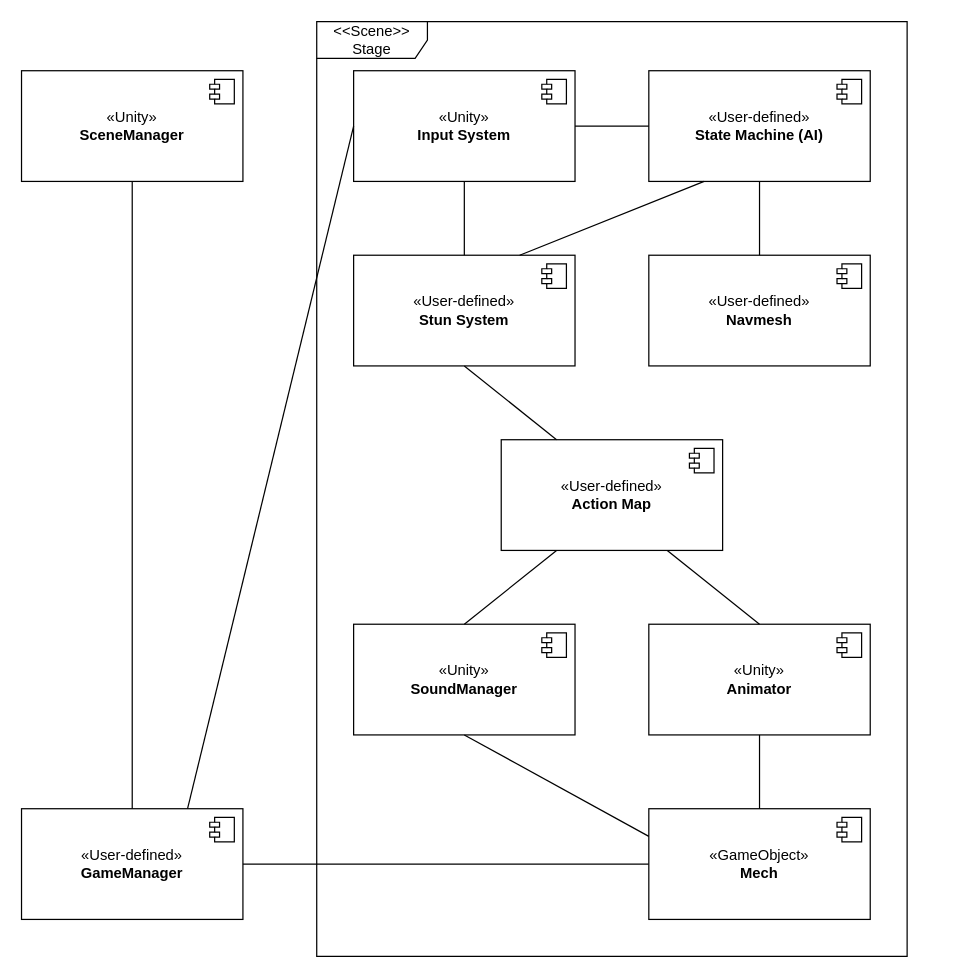
Earlier version of the draw.io diagram page "Component Diagram" (11 of 11) of Diagrams/Mechanics Overview.drawio (NotTom31/MechroKnights). Source tidied: cells renumbered, new cells numbered last; positions are measured from the earlier drawing's top-left corner, leaving out a move shared by most shapes. Both pictures are drawn from the tidied source at 123%, with x=0, y=0 at pixel (21, 21).
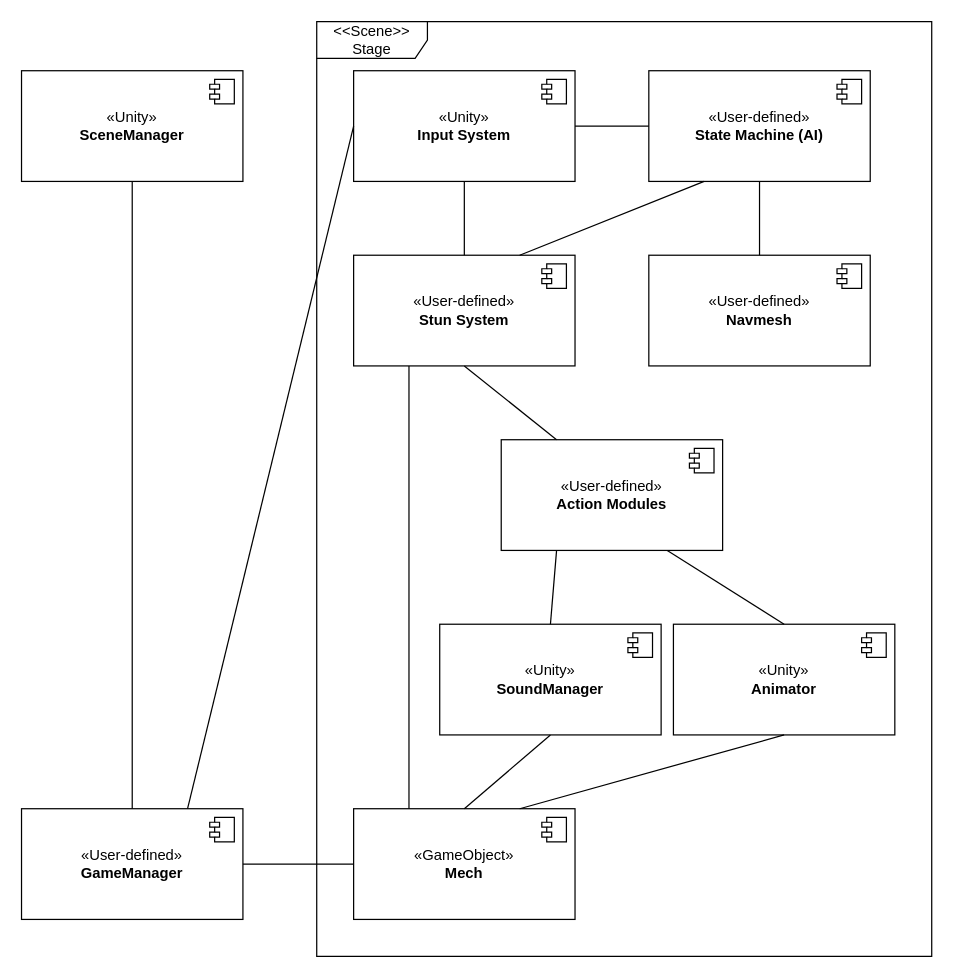
The same diagram, later.

Commit message (it also covers changes not shown here):
Component Diagram Pass

Unchanged cells that the change refers to:
```xml
<mxCell id="16" value="«User-defined»&lt;br&gt;&lt;b&gt;Stun System&lt;/b&gt;" style="html=1;whiteSpace=wrap;" parent="1" vertex="1">
  <mxGeometry x="270" y="190" width="180" height="90" as="geometry" />
</mxCell>
```

What changed in the source:
```diff
@@
     <mxCell id="8" value="«Unity»&lt;br&gt;&lt;b&gt;SoundManager&lt;/b&gt;" style="html=1;whiteSpace=wrap;" parent="1" vertex="1">
-      <mxGeometry x="270" y="490" width="180" height="90" as="geometry" />
+      <mxGeometry x="340" y="490" width="180" height="90" as="geometry" />
     </mxCell>
@@
     <mxCell id="10" value="«Unity»&lt;br&gt;&lt;b&gt;Animator&lt;/b&gt;" style="html=1;whiteSpace=wrap;" parent="1" vertex="1">
-      <mxGeometry x="510" y="490" width="180" height="90" as="geometry" />
+      <mxGeometry x="530" y="490" width="180" height="90" as="geometry" />
     </mxCell>
@@
-    <mxCell id="12" value="«User-defined»&lt;br&gt;&lt;b&gt;Action Map&lt;/b&gt;" style="html=1;whiteSpace=wrap;" parent="1" vertex="1">
+    <mxCell id="12" value="«User-defined»&lt;br&gt;&lt;b&gt;Action Modules&lt;br&gt;&lt;/b&gt;" style="html=1;whiteSpace=wrap;" parent="1" vertex="1">
       <mxGeometry x="390" y="340" width="180" height="90" as="geometry" />
     </mxCell>
@@
     <mxCell id="25" value="«GameObject»&lt;br&gt;&lt;b&gt;Mech&lt;/b&gt;" style="html=1;whiteSpace=wrap;" parent="1" vertex="1">
-      <mxGeometry x="510" y="640" width="180" height="90" as="geometry" />
+      <mxGeometry x="270" y="640" width="180" height="90" as="geometry" />
     </mxCell>
@@
-    <mxCell id="27" style="endArrow=none;html=1;rounded=0;entryX=0.5;entryY=1;entryDx=0;entryDy=0;exitX=0.5;exitY=0;exitDx=0;exitDy=0;" parent="1" edge="1" source="25" target="10">
+    <mxCell id="27" style="endArrow=none;html=1;rounded=0;entryX=0.5;entryY=1;entryDx=0;entryDy=0;exitX=0.75;exitY=0;exitDx=0;exitDy=0;" parent="1" edge="1" source="25" target="10">
       <mxGeometry relative="1" as="geometry" />
     </mxCell>
     <mxCell id="28" value="&amp;lt;&amp;lt;Scene&amp;gt;&amp;gt; Stage" style="shape=umlFrame;whiteSpace=wrap;html=1;width=90;height=30;" parent="1" vertex="1">
-      <mxGeometry x="240" width="480" height="760" as="geometry" />
+      <mxGeometry x="240" width="500" height="760" as="geometry" />
     </mxCell>
-    <mxCell id="29" style="endArrow=none;html=1;rounded=0;entryX=0;entryY=0.25;entryDx=0;entryDy=0;exitX=0.5;exitY=1;exitDx=0;exitDy=0;" parent="1" edge="1" source="8" target="25">
+    <mxCell id="29" style="endArrow=none;html=1;rounded=0;entryX=0.5;entryY=0;entryDx=0;entryDy=0;exitX=0.5;exitY=1;exitDx=0;exitDy=0;" parent="1" edge="1" source="8" target="25">
       <mxGeometry relative="1" as="geometry" />
     </mxCell>
@@
+    <mxCell id="35" style="endArrow=none;html=1;rounded=0;entryX=0.25;entryY=1;entryDx=0;entryDy=0;exitX=0.25;exitY=0;exitDx=0;exitDy=0;" parent="1" edge="1" source="25" target="16">
+      <mxGeometry relative="1" as="geometry" />
+    </mxCell>
```
